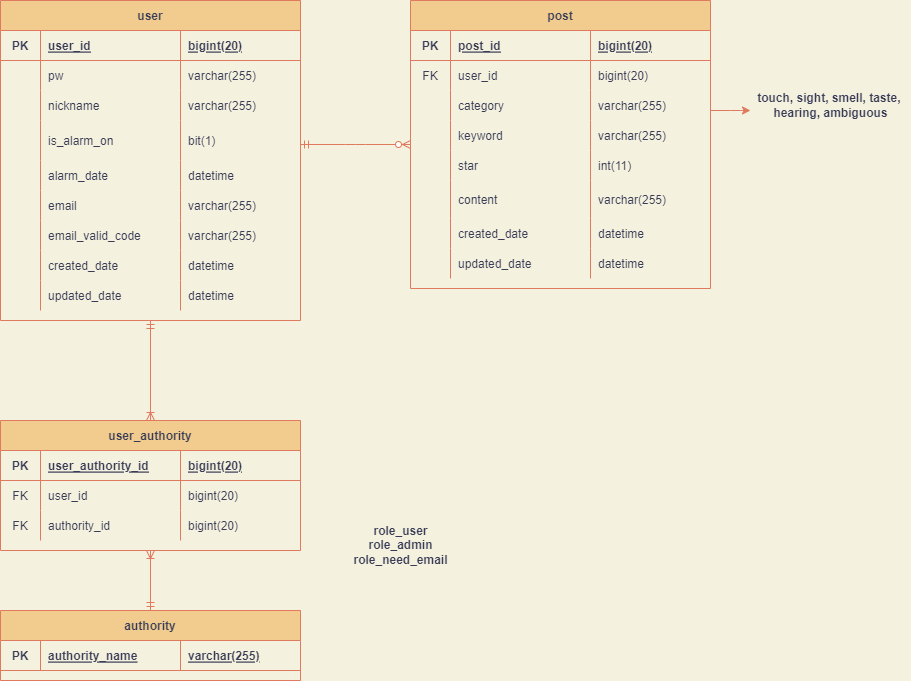
The draw.io diagram five_senses_erd.drawio.png in FiveSensesApp/five-senses-common, before a commit. Source tidied: cells renumbered, new cells last; positions are measured from the earlier drawing's top-left corner, leaving out a move shared by most shapes.
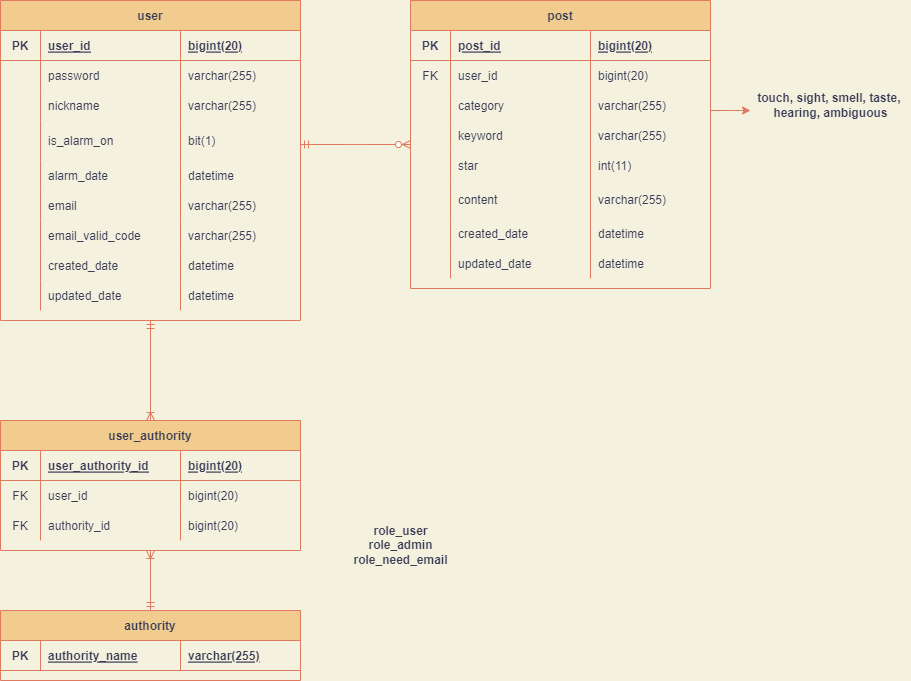
Later version of the same file.

The edit, as a diff of the source:
```diff
@@ -23,7 +23,7 @@
     <mxCell id="8" style="shape=partialRectangle;fillColor=none;top=0;left=0;bottom=0;right=0;overflow=hidden;rounded=0;sketch=0;fontColor=#393C56;strokeColor=#E07A5F;" parent="7" vertex="1">
       <mxGeometry width="40" height="30" as="geometry" />
     </mxCell>
-    <mxCell id="9" value="pw" style="shape=partialRectangle;fillColor=none;top=0;left=0;bottom=0;right=0;align=left;spacingLeft=6;overflow=hidden;rounded=0;sketch=0;fontColor=#393C56;strokeColor=#E07A5F;" parent="7" vertex="1">
+    <mxCell id="9" value="password" style="shape=partialRectangle;fillColor=none;top=0;left=0;bottom=0;right=0;align=left;spacingLeft=6;overflow=hidden;rounded=0;sketch=0;fontColor=#393C56;strokeColor=#E07A5F;" parent="7" vertex="1">
       <mxGeometry x="40" width="140" height="30" as="geometry" />
     </mxCell>
     <mxCell id="10" value="varchar(255)" style="shape=partialRectangle;fillColor=none;top=0;left=0;bottom=0;right=0;align=left;spacingLeft=6;overflow=hidden;rounded=0;sketch=0;fontColor=#393C56;strokeColor=#E07A5F;" parent="7" vertex="1">
```
